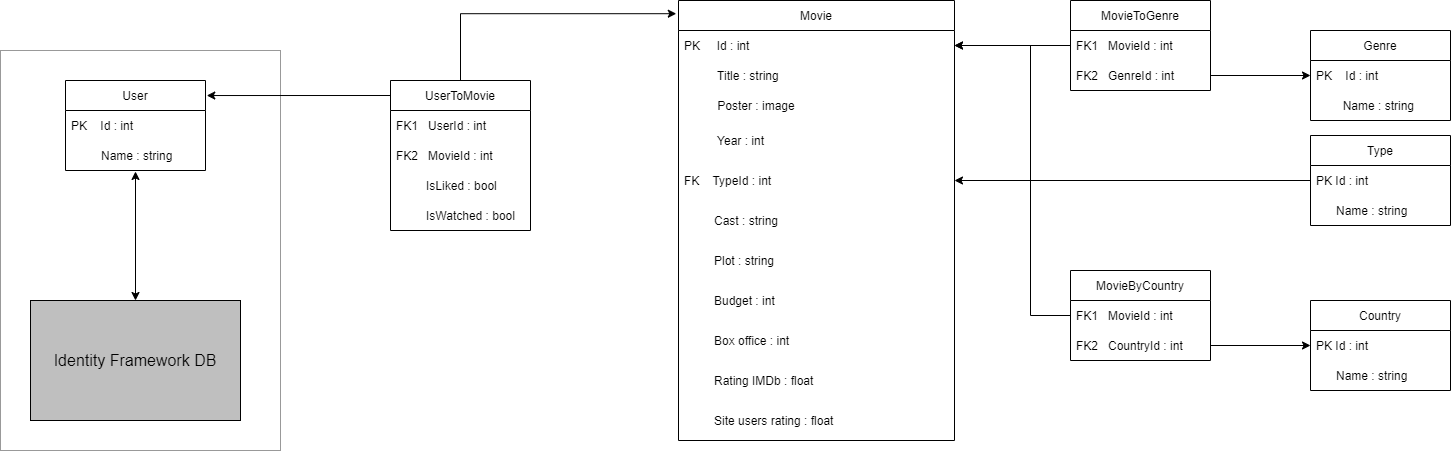
Earlier version of the draw.io export ER-diagram.png (FluffyValtechRabbits/CinemaScope). Source tidied: cells renumbered, new cells last; positions are measured from the earlier drawing's top-left corner, leaving out a move shared by most shapes. The source it was exported from:
```xml
<mxGraphModel>
  <root>
    <mxCell id="0" />
    <mxCell id="1" parent="0" />
    <mxCell id="2" style="rounded=0;whiteSpace=wrap;html=1;strokeColor=#999999;fillColor=#FFFFFF;" parent="1" vertex="1">
      <mxGeometry y="50" width="280" height="400" as="geometry" />
    </mxCell>
    <mxCell id="3" value="Movie" style="swimlane;fontStyle=0;horizontal=1;startSize=30;" parent="1" vertex="1">
      <mxGeometry x="678" width="276" height="440" as="geometry" />
    </mxCell>
    <mxCell id="4" value="PK      Id : int" style="text;strokeColor=none;fillColor=none;align=left;verticalAlign=middle;spacingLeft=4;spacingRight=4;overflow=hidden;points=[[0,0.5],[1,0.5]];portConstraint=eastwest;" parent="3" vertex="1">
      <mxGeometry y="30" width="276" height="30" as="geometry" />
    </mxCell>
    <mxCell id="5" value="          Title : string" style="text;strokeColor=none;fillColor=none;align=left;verticalAlign=middle;spacingLeft=4;spacingRight=4;overflow=hidden;" parent="3" vertex="1">
      <mxGeometry y="60" width="276" height="30" as="geometry" />
    </mxCell>
    <mxCell id="6" value="          Poster : image" style="text;strokeColor=none;fillColor=none;align=left;verticalAlign=middle;spacingLeft=4;spacingRight=4;overflow=hidden;" parent="3" vertex="1">
      <mxGeometry y="90" width="276" height="30" as="geometry" />
    </mxCell>
    <mxCell id="7" value="          Year : int" style="text;strokeColor=none;fillColor=none;align=left;verticalAlign=middle;spacingLeft=4;spacingRight=4;overflow=hidden;" parent="3" vertex="1">
      <mxGeometry y="120" width="276" height="40" as="geometry" />
    </mxCell>
    <mxCell id="8" value="FK    TypeId : int" style="text;strokeColor=none;fillColor=none;align=left;verticalAlign=middle;spacingLeft=4;spacingRight=4;overflow=hidden;points=[[0,0.5],[1,0.5]];portConstraint=eastwest;" parent="3" vertex="1">
      <mxGeometry y="160" width="276" height="40" as="geometry" />
    </mxCell>
    <mxCell id="9" value="         Cast : string" style="text;strokeColor=none;fillColor=none;align=left;verticalAlign=middle;spacingLeft=4;spacingRight=4;overflow=hidden;" parent="3" vertex="1">
      <mxGeometry y="200" width="276" height="40" as="geometry" />
    </mxCell>
    <mxCell id="10" value="         Plot : string" style="text;strokeColor=none;fillColor=none;align=left;verticalAlign=middle;spacingLeft=4;spacingRight=4;overflow=hidden;" parent="3" vertex="1">
      <mxGeometry y="240" width="276" height="40" as="geometry" />
    </mxCell>
    <mxCell id="11" value="         Budget : int" style="text;strokeColor=none;fillColor=none;align=left;verticalAlign=middle;spacingLeft=4;spacingRight=4;overflow=hidden;" parent="3" vertex="1">
      <mxGeometry y="280" width="276" height="40" as="geometry" />
    </mxCell>
    <mxCell id="12" value="         Box office : int" style="text;strokeColor=none;fillColor=none;align=left;verticalAlign=middle;spacingLeft=4;spacingRight=4;overflow=hidden;" parent="3" vertex="1">
      <mxGeometry y="320" width="276" height="40" as="geometry" />
    </mxCell>
    <mxCell id="13" value="         Rating IMDb : float" style="text;strokeColor=none;fillColor=none;align=left;verticalAlign=middle;spacingLeft=4;spacingRight=4;overflow=hidden;" parent="3" vertex="1">
      <mxGeometry y="360" width="276" height="40" as="geometry" />
    </mxCell>
    <mxCell id="14" value="         Site users rating : float" style="text;strokeColor=none;fillColor=none;align=left;verticalAlign=middle;spacingLeft=4;spacingRight=4;overflow=hidden;" parent="3" vertex="1">
      <mxGeometry y="400" width="276" height="40" as="geometry" />
    </mxCell>
    <mxCell id="15" value="Genre" style="swimlane;fontStyle=0;horizontal=1;startSize=30;" parent="1" vertex="1">
      <mxGeometry x="1310" y="30" width="140" height="90" as="geometry" />
    </mxCell>
    <mxCell id="16" value="PK    Id : int" style="text;strokeColor=none;fillColor=none;align=left;verticalAlign=middle;spacingLeft=4;spacingRight=4;overflow=hidden;points=[[0,0.5],[1,0.5]];portConstraint=eastwest;" parent="15" vertex="1">
      <mxGeometry y="30" width="140" height="30" as="geometry" />
    </mxCell>
    <mxCell id="17" value="        Name : string" style="text;strokeColor=none;fillColor=none;align=left;verticalAlign=middle;spacingLeft=4;spacingRight=4;overflow=hidden;" parent="15" vertex="1">
      <mxGeometry y="60" width="140" height="30" as="geometry" />
    </mxCell>
    <mxCell id="18" style="edgeStyle=orthogonalEdgeStyle;rounded=0;jettySize=auto;html=1;entryX=1;entryY=0.5;entryDx=0;entryDy=0;" parent="1" edge="1" source="19" target="8">
      <mxGeometry relative="1" as="geometry" />
    </mxCell>
    <mxCell id="19" value="Type" style="swimlane;fontStyle=0;horizontal=1;startSize=30;" parent="1" vertex="1">
      <mxGeometry x="1310" y="135" width="140" height="90" as="geometry" />
    </mxCell>
    <mxCell id="20" value="PK Id : int" style="text;strokeColor=none;fillColor=none;align=left;verticalAlign=middle;spacingLeft=4;spacingRight=4;overflow=hidden;" parent="19" vertex="1">
      <mxGeometry y="30" width="140" height="30" as="geometry" />
    </mxCell>
    <mxCell id="21" value="      Name : string" style="text;strokeColor=none;fillColor=none;align=left;verticalAlign=middle;spacingLeft=4;spacingRight=4;overflow=hidden;" parent="19" vertex="1">
      <mxGeometry y="60" width="140" height="30" as="geometry" />
    </mxCell>
    <mxCell id="22" value="Country" style="swimlane;fontStyle=0;horizontal=1;startSize=30;" parent="1" vertex="1">
      <mxGeometry x="1310" y="300" width="140" height="90" as="geometry" />
    </mxCell>
    <mxCell id="23" value="PK Id : int" style="text;strokeColor=none;fillColor=none;align=left;verticalAlign=middle;spacingLeft=4;spacingRight=4;overflow=hidden;points=[[0,0.5],[1,0.5]];portConstraint=eastwest;" parent="22" vertex="1">
      <mxGeometry y="30" width="140" height="30" as="geometry" />
    </mxCell>
    <mxCell id="24" value="      Name : string" style="text;strokeColor=none;fillColor=none;align=left;verticalAlign=middle;spacingLeft=4;spacingRight=4;overflow=hidden;" parent="22" vertex="1">
      <mxGeometry y="60" width="140" height="30" as="geometry" />
    </mxCell>
    <mxCell id="25" value="MovieByCountry" style="swimlane;fontStyle=0;horizontal=1;startSize=30;" parent="1" vertex="1">
      <mxGeometry x="1070" y="270" width="140" height="90" as="geometry" />
    </mxCell>
    <mxCell id="26" value="FK1   MovieId : int" style="text;strokeColor=none;fillColor=none;align=left;verticalAlign=middle;spacingLeft=4;spacingRight=4;overflow=hidden;" parent="25" vertex="1">
      <mxGeometry y="30" width="140" height="30" as="geometry" />
    </mxCell>
    <mxCell id="27" value="FK2   CountryId : int" style="text;strokeColor=none;fillColor=none;align=left;verticalAlign=middle;spacingLeft=4;spacingRight=4;overflow=hidden;points=[[0,0.5],[1,0.5]];portConstraint=eastwest;" parent="25" vertex="1">
      <mxGeometry y="60" width="140" height="30" as="geometry" />
    </mxCell>
    <mxCell id="28" value="User" style="swimlane;fontStyle=0;horizontal=1;startSize=30;" parent="1" vertex="1">
      <mxGeometry x="65" y="80" width="140" height="90" as="geometry" />
    </mxCell>
    <mxCell id="29" value="PK    Id : int" style="text;align=left;verticalAlign=middle;spacingLeft=4;spacingRight=4;overflow=hidden;labelBackgroundColor=none;" parent="28" vertex="1">
      <mxGeometry y="30" width="140" height="30" as="geometry" />
    </mxCell>
    <mxCell id="30" value="         Name : string" style="text;strokeColor=none;fillColor=none;align=left;verticalAlign=middle;spacingLeft=4;spacingRight=4;overflow=hidden;points=[[0,0.5],[1,0.5]];portConstraint=eastwest;" parent="28" vertex="1">
      <mxGeometry y="60" width="140" height="30" as="geometry" />
    </mxCell>
    <mxCell id="31" style="edgeStyle=orthogonalEdgeStyle;rounded=0;jettySize=auto;html=1;entryX=-0.008;entryY=0.03;entryDx=0;entryDy=0;entryPerimeter=0;" parent="1" edge="1" source="33" target="3">
      <mxGeometry relative="1" as="geometry">
        <Array as="points">
          <mxPoint x="460" y="13" />
        </Array>
      </mxGeometry>
    </mxCell>
    <mxCell id="32" style="edgeStyle=orthogonalEdgeStyle;rounded=0;jettySize=auto;html=1;exitX=0;exitY=0;exitDx=0;exitDy=0;entryX=1.009;entryY=0.167;entryDx=0;entryDy=0;entryPerimeter=0;fontSize=16;" parent="1" edge="1" source="33" target="28">
      <mxGeometry relative="1" as="geometry">
        <Array as="points">
          <mxPoint x="390" y="95" />
        </Array>
      </mxGeometry>
    </mxCell>
    <mxCell id="33" value="UserToMovie" style="swimlane;fontStyle=0;horizontal=1;startSize=30;" parent="1" vertex="1">
      <mxGeometry x="390" y="80" width="140" height="150" as="geometry" />
    </mxCell>
    <mxCell id="34" value="FK1   UserId : int" style="text;strokeColor=none;fillColor=none;align=left;verticalAlign=middle;spacingLeft=4;spacingRight=4;overflow=hidden;" parent="33" vertex="1">
      <mxGeometry y="30" width="140" height="30" as="geometry" />
    </mxCell>
    <mxCell id="35" value="FK2   MovieId : int" style="text;strokeColor=none;fillColor=none;align=left;verticalAlign=middle;spacingLeft=4;spacingRight=4;overflow=hidden;" parent="33" vertex="1">
      <mxGeometry y="60" width="140" height="30" as="geometry" />
    </mxCell>
    <mxCell id="36" value="         IsLiked : bool" style="text;strokeColor=none;fillColor=none;align=left;verticalAlign=middle;spacingLeft=4;spacingRight=4;overflow=hidden;" parent="33" vertex="1">
      <mxGeometry y="90" width="140" height="30" as="geometry" />
    </mxCell>
    <mxCell id="37" value="         IsWatched : bool" style="text;strokeColor=none;fillColor=none;align=left;verticalAlign=middle;spacingLeft=4;spacingRight=4;overflow=hidden;" parent="33" vertex="1">
      <mxGeometry y="120" width="140" height="30" as="geometry" />
    </mxCell>
    <mxCell id="38" value="MovieToGenre" style="swimlane;fontStyle=0;horizontal=1;startSize=30;" parent="1" vertex="1">
      <mxGeometry x="1070" width="140" height="90" as="geometry" />
    </mxCell>
    <mxCell id="39" value="FK1   MovieId : int" style="text;strokeColor=none;fillColor=none;align=left;verticalAlign=middle;spacingLeft=4;spacingRight=4;overflow=hidden;points=[[0,0.5],[1,0.5]];portConstraint=eastwest;" parent="38" vertex="1">
      <mxGeometry y="30" width="140" height="30" as="geometry" />
    </mxCell>
    <mxCell id="40" value="FK2   GenreId : int" style="text;strokeColor=none;fillColor=none;align=left;verticalAlign=middle;spacingLeft=4;spacingRight=4;overflow=hidden;points=[[0,0.5],[1,0.5]];portConstraint=eastwest;" parent="38" vertex="1">
      <mxGeometry y="60" width="140" height="30" as="geometry" />
    </mxCell>
    <mxCell id="41" value="&lt;font style=&quot;font-size: 16px;&quot;&gt;Identity Framework DB&lt;/font&gt;" style="rounded=0;whiteSpace=wrap;html=1;fillColor=#BFBFBF;" parent="1" vertex="1">
      <mxGeometry x="30" y="300" width="210" height="120" as="geometry" />
    </mxCell>
    <mxCell id="42" style="endArrow=classic;startArrow=classic;html=1;rounded=0;fontSize=16;exitX=0.5;exitY=0;exitDx=0;exitDy=0;entryX=0.5;entryY=1.033;entryDx=0;entryDy=0;entryPerimeter=0;" parent="1" edge="1" source="41" target="30">
      <mxGeometry relative="1" as="geometry" />
    </mxCell>
    <mxCell id="43" style="edgeStyle=orthogonalEdgeStyle;rounded=0;jettySize=auto;html=1;entryX=0;entryY=0.5;entryDx=0;entryDy=0;fontSize=16;" parent="1" edge="1" source="27" target="23">
      <mxGeometry relative="1" as="geometry" />
    </mxCell>
    <mxCell id="44" style="edgeStyle=orthogonalEdgeStyle;rounded=0;jettySize=auto;html=1;exitX=1;exitY=0.5;exitDx=0;exitDy=0;entryX=0;entryY=0.5;entryDx=0;entryDy=0;fontSize=16;" parent="1" edge="1" source="40" target="16">
      <mxGeometry relative="1" as="geometry" />
    </mxCell>
    <mxCell id="45" style="edgeStyle=orthogonalEdgeStyle;rounded=0;jettySize=auto;html=1;exitX=0;exitY=0.5;exitDx=0;exitDy=0;entryX=1;entryY=0.5;entryDx=0;entryDy=0;fontSize=16;" parent="1" edge="1" source="39" target="4">
      <mxGeometry relative="1" as="geometry" />
    </mxCell>
    <mxCell id="46" style="edgeStyle=orthogonalEdgeStyle;rounded=0;jettySize=auto;html=1;entryX=1;entryY=0.5;entryDx=0;entryDy=0;fontSize=16;" parent="1" edge="1" target="4">
      <mxGeometry relative="1" as="geometry">
        <mxPoint x="1070" y="315" as="sourcePoint" />
        <Array as="points">
          <mxPoint x="1030" y="315" />
          <mxPoint x="1030" y="45" />
        </Array>
      </mxGeometry>
    </mxCell>
  </root>
</mxGraphModel>
```
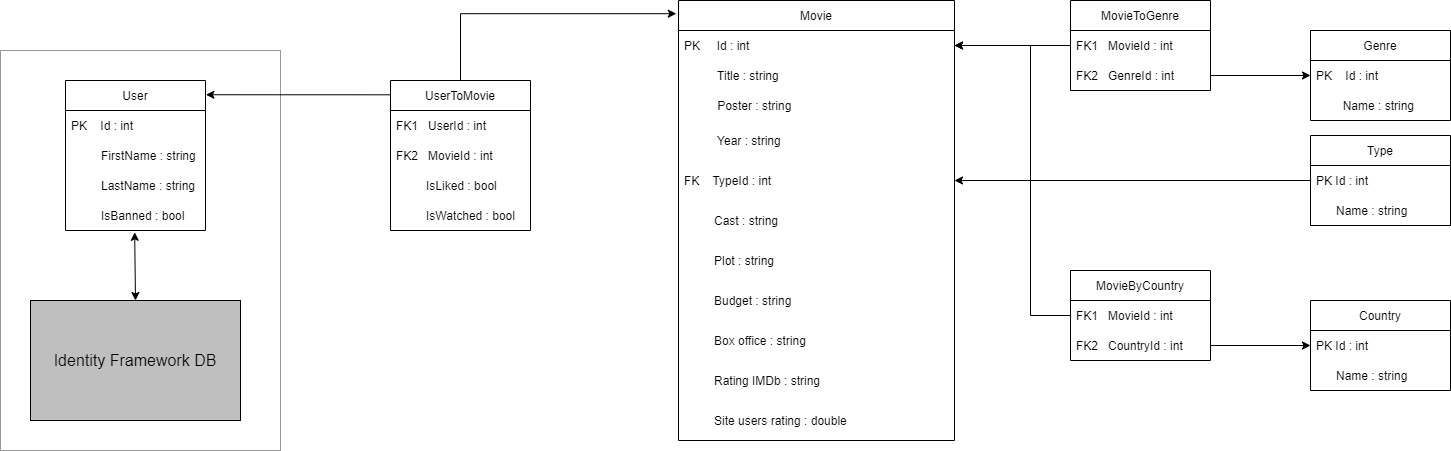
After the commit.

Diff of the diagram source:
```diff
@@ -14,10 +14,10 @@
     <mxCell id="5" value="          Title : string" style="text;strokeColor=none;fillColor=none;align=left;verticalAlign=middle;spacingLeft=4;spacingRight=4;overflow=hidden;" parent="3" vertex="1">
       <mxGeometry y="60" width="276" height="30" as="geometry" />
     </mxCell>
-    <mxCell id="6" value="          Poster : image" style="text;strokeColor=none;fillColor=none;align=left;verticalAlign=middle;spacingLeft=4;spacingRight=4;overflow=hidden;" parent="3" vertex="1">
+    <mxCell id="6" value="          Poster : string" style="text;strokeColor=none;fillColor=none;align=left;verticalAlign=middle;spacingLeft=4;spacingRight=4;overflow=hidden;" parent="3" vertex="1">
       <mxGeometry y="90" width="276" height="30" as="geometry" />
     </mxCell>
-    <mxCell id="7" value="          Year : int" style="text;strokeColor=none;fillColor=none;align=left;verticalAlign=middle;spacingLeft=4;spacingRight=4;overflow=hidden;" parent="3" vertex="1">
+    <mxCell id="7" value="          Year : string" style="text;strokeColor=none;fillColor=none;align=left;verticalAlign=middle;spacingLeft=4;spacingRight=4;overflow=hidden;" parent="3" vertex="1">
       <mxGeometry y="120" width="276" height="40" as="geometry" />
     </mxCell>
     <mxCell id="8" value="FK    TypeId : int" style="text;strokeColor=none;fillColor=none;align=left;verticalAlign=middle;spacingLeft=4;spacingRight=4;overflow=hidden;points=[[0,0.5],[1,0.5]];portConstraint=eastwest;" parent="3" vertex="1">
@@ -29,16 +29,16 @@
     <mxCell id="10" value="         Plot : string" style="text;strokeColor=none;fillColor=none;align=left;verticalAlign=middle;spacingLeft=4;spacingRight=4;overflow=hidden;" parent="3" vertex="1">
       <mxGeometry y="240" width="276" height="40" as="geometry" />
     </mxCell>
-    <mxCell id="11" value="         Budget : int" style="text;strokeColor=none;fillColor=none;align=left;verticalAlign=middle;spacingLeft=4;spacingRight=4;overflow=hidden;" parent="3" vertex="1">
+    <mxCell id="11" value="         Budget : string" style="text;strokeColor=none;fillColor=none;align=left;verticalAlign=middle;spacingLeft=4;spacingRight=4;overflow=hidden;" parent="3" vertex="1">
       <mxGeometry y="280" width="276" height="40" as="geometry" />
     </mxCell>
-    <mxCell id="12" value="         Box office : int" style="text;strokeColor=none;fillColor=none;align=left;verticalAlign=middle;spacingLeft=4;spacingRight=4;overflow=hidden;" parent="3" vertex="1">
+    <mxCell id="12" value="         Box office : string" style="text;strokeColor=none;fillColor=none;align=left;verticalAlign=middle;spacingLeft=4;spacingRight=4;overflow=hidden;" parent="3" vertex="1">
       <mxGeometry y="320" width="276" height="40" as="geometry" />
     </mxCell>
-    <mxCell id="13" value="         Rating IMDb : float" style="text;strokeColor=none;fillColor=none;align=left;verticalAlign=middle;spacingLeft=4;spacingRight=4;overflow=hidden;" parent="3" vertex="1">
+    <mxCell id="13" value="         Rating IMDb : string" style="text;strokeColor=none;fillColor=none;align=left;verticalAlign=middle;spacingLeft=4;spacingRight=4;overflow=hidden;" parent="3" vertex="1">
       <mxGeometry y="360" width="276" height="40" as="geometry" />
     </mxCell>
-    <mxCell id="14" value="         Site users rating : float" style="text;strokeColor=none;fillColor=none;align=left;verticalAlign=middle;spacingLeft=4;spacingRight=4;overflow=hidden;" parent="3" vertex="1">
+    <mxCell id="14" value="         Site users rating : double" style="text;strokeColor=none;fillColor=none;align=left;verticalAlign=middle;spacingLeft=4;spacingRight=4;overflow=hidden;" parent="3" vertex="1">
       <mxGeometry y="400" width="276" height="40" as="geometry" />
     </mxCell>
     <mxCell id="15" value="Genre" style="swimlane;fontStyle=0;horizontal=1;startSize=30;" parent="1" vertex="1">
@@ -81,14 +81,20 @@
       <mxGeometry y="60" width="140" height="30" as="geometry" />
     </mxCell>
     <mxCell id="28" value="User" style="swimlane;fontStyle=0;horizontal=1;startSize=30;" parent="1" vertex="1">
-      <mxGeometry x="65" y="80" width="140" height="90" as="geometry" />
+      <mxGeometry x="65" y="80" width="140" height="150" as="geometry" />
     </mxCell>
     <mxCell id="29" value="PK    Id : int" style="text;align=left;verticalAlign=middle;spacingLeft=4;spacingRight=4;overflow=hidden;labelBackgroundColor=none;" parent="28" vertex="1">
       <mxGeometry y="30" width="140" height="30" as="geometry" />
     </mxCell>
-    <mxCell id="30" value="         Name : string" style="text;strokeColor=none;fillColor=none;align=left;verticalAlign=middle;spacingLeft=4;spacingRight=4;overflow=hidden;points=[[0,0.5],[1,0.5]];portConstraint=eastwest;" parent="28" vertex="1">
+    <mxCell id="30" value="         FirstName : string" style="text;strokeColor=none;fillColor=none;align=left;verticalAlign=middle;spacingLeft=4;spacingRight=4;overflow=hidden;points=[[0,0.5],[1,0.5]];portConstraint=eastwest;" parent="28" vertex="1">
       <mxGeometry y="60" width="140" height="30" as="geometry" />
     </mxCell>
+    <mxCell id="47" value="         LastName : string" style="text;strokeColor=none;fillColor=none;align=left;verticalAlign=middle;spacingLeft=4;spacingRight=4;overflow=hidden;" parent="28" vertex="1">
+      <mxGeometry y="90" width="140" height="30" as="geometry" />
+    </mxCell>
+    <mxCell id="48" value="         IsBanned : bool" style="text;strokeColor=none;fillColor=none;align=left;verticalAlign=middle;spacingLeft=4;spacingRight=4;overflow=hidden;points=[[0,0.5],[1,0.5]];portConstraint=eastwest;" parent="28" vertex="1">
+      <mxGeometry y="120" width="140" height="30" as="geometry" />
+    </mxCell>
     <mxCell id="31" style="edgeStyle=orthogonalEdgeStyle;rounded=0;jettySize=auto;html=1;entryX=-0.008;entryY=0.03;entryDx=0;entryDy=0;entryPerimeter=0;" parent="1" edge="1" source="33" target="3">
       <mxGeometry relative="1" as="geometry">
         <Array as="points">
@@ -96,10 +102,10 @@
         </Array>
       </mxGeometry>
     </mxCell>
-    <mxCell id="32" style="edgeStyle=orthogonalEdgeStyle;rounded=0;jettySize=auto;html=1;exitX=0;exitY=0;exitDx=0;exitDy=0;entryX=1.009;entryY=0.167;entryDx=0;entryDy=0;entryPerimeter=0;fontSize=16;" parent="1" edge="1" source="33" target="28">
+    <mxCell id="32" style="edgeStyle=orthogonalEdgeStyle;rounded=0;jettySize=auto;html=1;exitX=0.25;exitY=0;exitDx=0;exitDy=0;entryX=1.003;entryY=0.095;entryDx=0;entryDy=0;entryPerimeter=0;" parent="1" edge="1" source="33" target="28">
       <mxGeometry relative="1" as="geometry">
         <Array as="points">
-          <mxPoint x="390" y="95" />
+          <mxPoint x="425" y="94" />
         </Array>
       </mxGeometry>
     </mxCell>
@@ -130,7 +136,7 @@
     <mxCell id="41" value="&lt;font style=&quot;font-size: 16px;&quot;&gt;Identity Framework DB&lt;/font&gt;" style="rounded=0;whiteSpace=wrap;html=1;fillColor=#BFBFBF;" parent="1" vertex="1">
       <mxGeometry x="30" y="300" width="210" height="120" as="geometry" />
     </mxCell>
-    <mxCell id="42" style="endArrow=classic;startArrow=classic;html=1;rounded=0;fontSize=16;exitX=0.5;exitY=0;exitDx=0;exitDy=0;entryX=0.5;entryY=1.033;entryDx=0;entryDy=0;entryPerimeter=0;" parent="1" edge="1" source="41" target="30">
+    <mxCell id="42" style="endArrow=classic;startArrow=classic;html=1;rounded=0;fontSize=16;exitX=0.5;exitY=0;exitDx=0;exitDy=0;entryX=0.494;entryY=1.06;entryDx=0;entryDy=0;entryPerimeter=0;" parent="1" edge="1" source="41" target="48">
       <mxGeometry relative="1" as="geometry" />
     </mxCell>
     <mxCell id="43" style="edgeStyle=orthogonalEdgeStyle;rounded=0;jettySize=auto;html=1;entryX=0;entryY=0.5;entryDx=0;entryDy=0;fontSize=16;" parent="1" edge="1" source="27" target="23">
```
